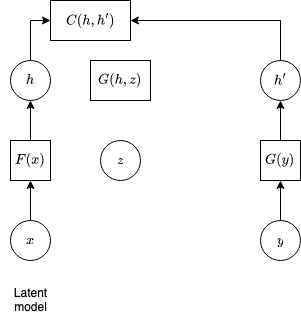
This is machine_learning/diagrams/latent_models.drawio.png from analytiq-hub/sigagent.github.io, a draw.io export, as it was before one commit. Source tidied: cells renumbered, new cells last; positions are measured from the earlier drawing's top-left corner, leaving out a move shared by most shapes. Its diagram source:
```xml
<mxGraphModel math="1">
  <root>
    <mxCell id="0" />
    <mxCell id="1" parent="0" />
    <mxCell id="2" style="edgeStyle=orthogonalEdgeStyle;rounded=0;jettySize=auto;html=1;exitX=0.5;exitY=0;exitDx=0;exitDy=0;entryX=0.5;entryY=1;entryDx=0;entryDy=0;" parent="1" edge="1" source="3" target="11">
      <mxGeometry relative="1" as="geometry" />
    </mxCell>
    <mxCell id="3" value="$$x$$" style="ellipse;whiteSpace=wrap;html=1;" parent="1" vertex="1">
      <mxGeometry x="10" y="220" width="40" height="40" as="geometry" />
    </mxCell>
    <mxCell id="4" style="edgeStyle=orthogonalEdgeStyle;rounded=0;jettySize=auto;html=1;exitX=0.5;exitY=0;exitDx=0;exitDy=0;entryX=0.5;entryY=1;entryDx=0;entryDy=0;" parent="1" edge="1" source="5" target="15">
      <mxGeometry relative="1" as="geometry" />
    </mxCell>
    <mxCell id="5" value="$$G(y)$$" style="rounded=0;whiteSpace=wrap;html=1;" parent="1" vertex="1">
      <mxGeometry x="260" y="140" width="40" height="40" as="geometry" />
    </mxCell>
    <mxCell id="6" style="edgeStyle=orthogonalEdgeStyle;rounded=0;orthogonalLoop=1;jettySize=auto;html=1;exitX=0.5;exitY=1;exitDx=0;exitDy=0;" parent="1" edge="1" source="5" target="5">
      <mxGeometry relative="1" as="geometry" />
    </mxCell>
    <mxCell id="7" style="edgeStyle=orthogonalEdgeStyle;rounded=0;jettySize=auto;html=1;exitX=0.5;exitY=0;exitDx=0;exitDy=0;entryX=0.5;entryY=1;entryDx=0;entryDy=0;" parent="1" edge="1" source="8" target="5">
      <mxGeometry relative="1" as="geometry" />
    </mxCell>
    <mxCell id="8" value="&lt;div&gt;$$y$$&lt;/div&gt;" style="ellipse;whiteSpace=wrap;html=1;" parent="1" vertex="1">
      <mxGeometry x="260" y="220" width="40" height="40" as="geometry" />
    </mxCell>
    <mxCell id="9" value="&lt;div&gt;Latent&lt;/div&gt;&lt;div&gt;model&lt;br&gt;&lt;/div&gt;" style="text;html=1;align=center;verticalAlign=middle;strokeColor=none;fillColor=none;" parent="1" vertex="1">
      <mxGeometry y="280" width="60" height="40" as="geometry" />
    </mxCell>
    <mxCell id="10" style="edgeStyle=orthogonalEdgeStyle;rounded=0;jettySize=auto;html=1;exitX=0.5;exitY=0;exitDx=0;exitDy=0;entryX=0.5;entryY=1;entryDx=0;entryDy=0;" parent="1" edge="1" source="11" target="13">
      <mxGeometry relative="1" as="geometry" />
    </mxCell>
    <mxCell id="11" value="$$F(x)$$" style="rounded=0;whiteSpace=wrap;html=1;" parent="1" vertex="1">
      <mxGeometry x="10" y="140" width="40" height="40" as="geometry" />
    </mxCell>
    <mxCell id="12" style="edgeStyle=orthogonalEdgeStyle;rounded=0;jettySize=auto;html=1;exitX=0.5;exitY=0;exitDx=0;exitDy=0;entryX=0;entryY=0.5;entryDx=0;entryDy=0;" parent="1" edge="1" source="13" target="16">
      <mxGeometry relative="1" as="geometry" />
    </mxCell>
    <mxCell id="13" value="$$h$$" style="ellipse;whiteSpace=wrap;html=1;" parent="1" vertex="1">
      <mxGeometry x="10" y="60" width="40" height="40" as="geometry" />
    </mxCell>
    <mxCell id="14" style="edgeStyle=orthogonalEdgeStyle;rounded=0;jettySize=auto;html=1;exitX=0.5;exitY=0;exitDx=0;exitDy=0;entryX=1;entryY=0.5;entryDx=0;entryDy=0;" parent="1" edge="1" source="15" target="16">
      <mxGeometry relative="1" as="geometry" />
    </mxCell>
    <mxCell id="15" value="$$h'$$" style="ellipse;whiteSpace=wrap;html=1;" parent="1" vertex="1">
      <mxGeometry x="260" y="60" width="40" height="40" as="geometry" />
    </mxCell>
    <mxCell id="16" value="$$C(h,h')$$" style="rounded=0;whiteSpace=wrap;html=1;" parent="1" vertex="1">
      <mxGeometry x="50" width="80" height="40" as="geometry" />
    </mxCell>
    <mxCell id="17" value="&lt;div&gt;$$z$$&lt;/div&gt;" style="ellipse;whiteSpace=wrap;html=1;" parent="1" vertex="1">
      <mxGeometry x="100" y="140" width="40" height="40" as="geometry" />
    </mxCell>
    <mxCell id="18" value="$$G(h,z)$$" style="rounded=0;whiteSpace=wrap;html=1;" parent="1" vertex="1">
      <mxGeometry x="90" y="60" width="60" height="40" as="geometry" />
    </mxCell>
  </root>
</mxGraphModel>
```
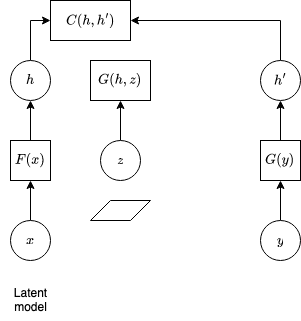
After the change.

The edit, as a diff of the source:
```diff
@@ -47,11 +47,17 @@
     <mxCell id="16" value="$$C(h,h')$$" style="rounded=0;whiteSpace=wrap;html=1;" parent="1" vertex="1">
       <mxGeometry x="50" width="80" height="40" as="geometry" />
     </mxCell>
+    <mxCell id="19" style="edgeStyle=orthogonalEdgeStyle;rounded=0;jettySize=auto;html=1;entryX=0.5;entryY=1;entryDx=0;entryDy=0;" parent="1" edge="1" source="17" target="18">
+      <mxGeometry relative="1" as="geometry" />
+    </mxCell>
     <mxCell id="17" value="&lt;div&gt;$$z$$&lt;/div&gt;" style="ellipse;whiteSpace=wrap;html=1;" parent="1" vertex="1">
       <mxGeometry x="100" y="140" width="40" height="40" as="geometry" />
     </mxCell>
     <mxCell id="18" value="$$G(h,z)$$" style="rounded=0;whiteSpace=wrap;html=1;" parent="1" vertex="1">
       <mxGeometry x="90" y="60" width="60" height="40" as="geometry" />
     </mxCell>
+    <mxCell id="20" style="shape=parallelogram;perimeter=parallelogramPerimeter;whiteSpace=wrap;html=1;fixedSize=1;" parent="1" vertex="1">
+      <mxGeometry x="90" y="200" width="60" height="20" as="geometry" />
+    </mxCell>
   </root>
 </mxGraphModel>
```
